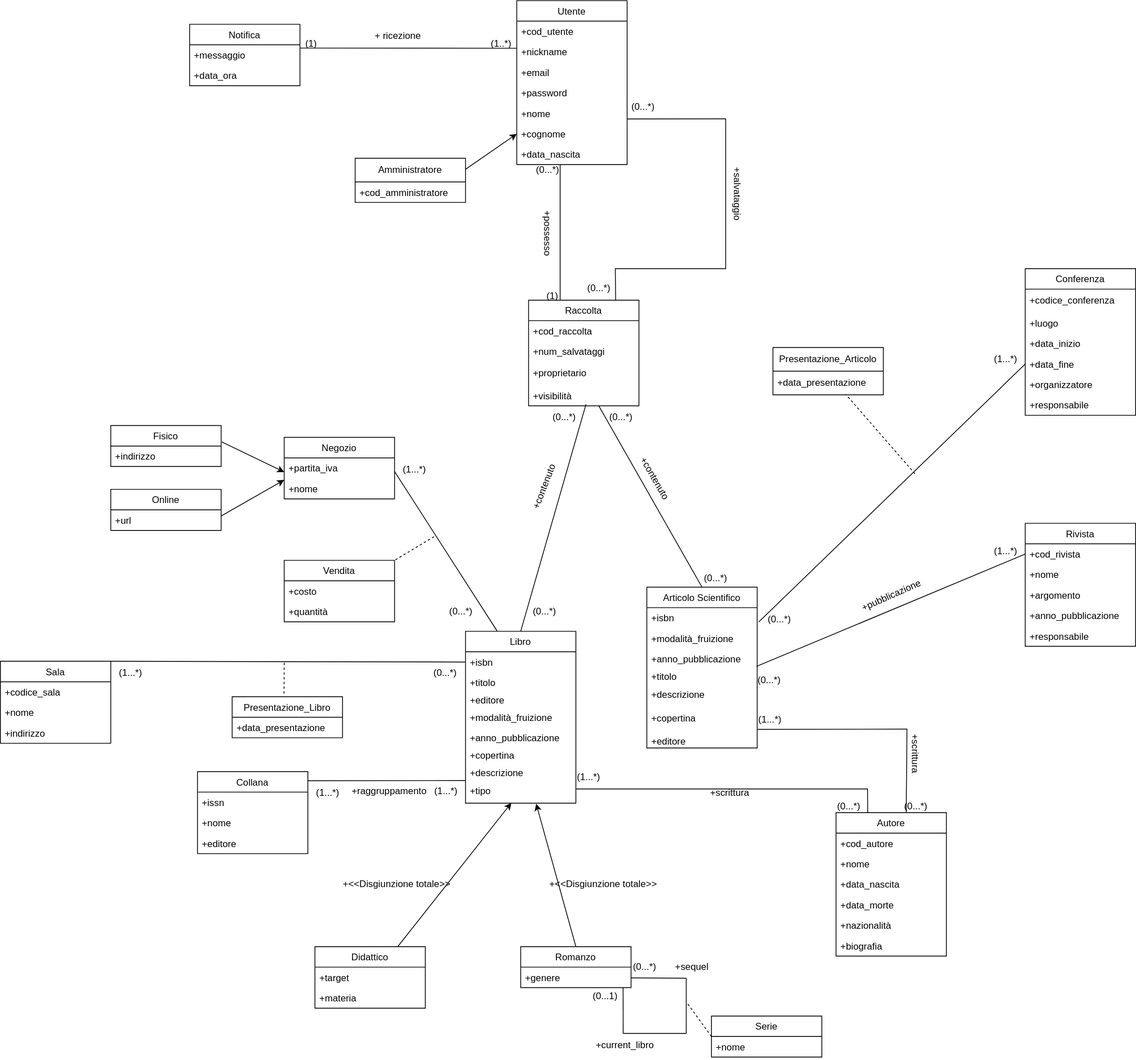
Before: progettazione_concettuale/Modello_Concettuale.drawio.svg, a diagram exported from draw.io (m3tt0/Progetto_OB_BASI). Source tidied: cells renumbered, new cells last; positions are measured from the earlier drawing's top-left corner, leaving out a move shared by most shapes.
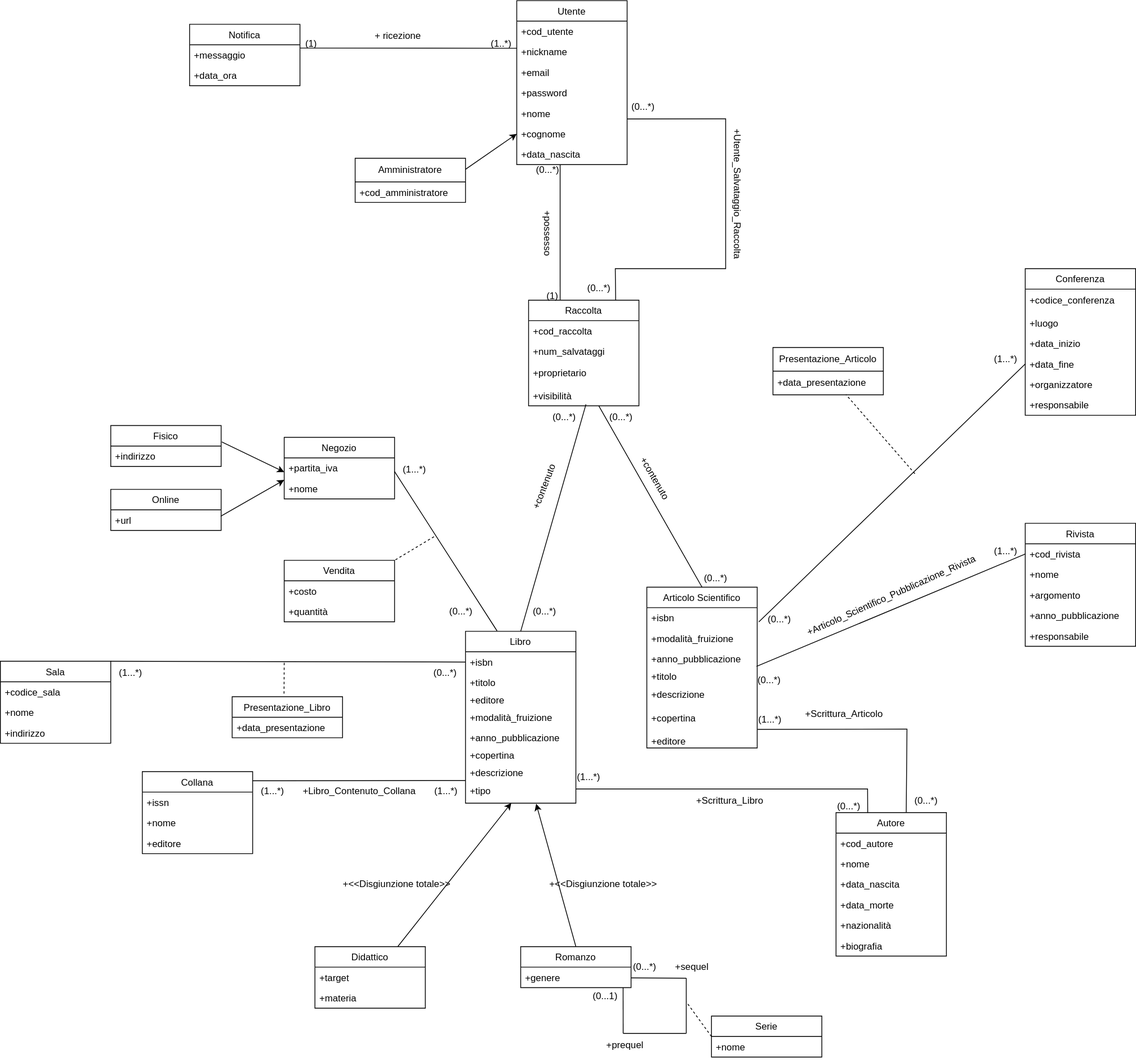
Later version of the same file.

What changed in the source:
```diff
@@ -139,8 +139,8 @@
     <mxCell id="44" value="(1...*)" style="text;html=1;align=center;verticalAlign=middle;strokeColor=none;fillColor=none;" parent="1" vertex="1">
       <mxGeometry x="1250" y="684" width="50" height="30" as="geometry" />
     </mxCell>
-    <mxCell id="45" value="+pubblicazione" style="text;html=1;align=center;verticalAlign=middle;strokeColor=none;fillColor=none;rotation=336;" parent="1" vertex="1">
-      <mxGeometry x="1080" y="740" width="100" height="30" as="geometry" />
+    <mxCell id="45" value="+Articolo_Scientifico_Pubblicazione_Rivista" style="text;html=1;align=center;verticalAlign=middle;strokeColor=none;fillColor=none;rotation=336;" parent="1" vertex="1">
+      <mxGeometry x="1000" y="740" width="260" height="30" as="geometry" />
     </mxCell>
     <mxCell id="46" value="(1...*)" style="text;html=1;align=center;verticalAlign=middle;points=[];strokeColor=none;fillColor=none;" parent="1" vertex="1">
       <mxGeometry x="721" y="970" width="50" height="30" as="geometry" />
@@ -152,13 +152,13 @@
       <mxGeometry x="1050" y="1007" width="52" height="30" as="geometry" />
     </mxCell>
     <mxCell id="49" value="(0...*)" style="text;html=1;align=center;verticalAlign=middle;strokeColor=none;fillColor=none;rotation=0;" parent="1" vertex="1">
-      <mxGeometry x="1135" y="1007" width="52" height="30" as="geometry" />
+      <mxGeometry x="1148" y="1000" width="52" height="30" as="geometry" />
     </mxCell>
-    <mxCell id="50" value="+scrittura" style="text;html=1;align=center;verticalAlign=middle;strokeColor=none;fillColor=none;" parent="1" vertex="1">
-      <mxGeometry x="890" y="990" width="70" height="30" as="geometry" />
+    <mxCell id="50" value="+Scrittura_Libro" style="text;html=1;align=center;verticalAlign=middle;strokeColor=none;fillColor=none;" parent="1" vertex="1">
+      <mxGeometry x="870" y="1000" width="110" height="30" as="geometry" />
     </mxCell>
-    <mxCell id="51" value="+scrittura" style="text;html=1;align=center;verticalAlign=middle;strokeColor=none;fillColor=none;rotation=90;" parent="1" vertex="1">
-      <mxGeometry x="1126" y="940" width="70" height="30" as="geometry" />
+    <mxCell id="51" value="&lt;div&gt;+Scrittura_Articolo&lt;/div&gt;" style="text;html=1;align=center;verticalAlign=middle;strokeColor=none;fillColor=none;rotation=0;" parent="1" vertex="1">
+      <mxGeometry x="1010" y="890" width="120" height="30" as="geometry" />
     </mxCell>
     <mxCell id="52" value="Online" style="swimlane;fontStyle=0;horizontal=1;startSize=26;fillColor=none;" parent="1" vertex="1">
       <mxGeometry x="140" y="620" width="140" height="52" as="geometry" />
@@ -219,7 +219,7 @@
       </mxGeometry>
     </mxCell>
     <mxCell id="70" value="Collana" style="swimlane;fontStyle=0;horizontal=1;startSize=26;fillColor=none;" parent="1" vertex="1">
-      <mxGeometry x="250" y="978" width="140" height="104" as="geometry" />
+      <mxGeometry x="180" y="978" width="140" height="104" as="geometry" />
     </mxCell>
     <mxCell id="71" value="+issn" style="text;strokeColor=none;fillColor=none;align=left;verticalAlign=top;spacingLeft=4;spacingRight=4;overflow=hidden;" parent="70" vertex="1">
       <mxGeometry y="26" width="140" height="26" as="geometry" />
@@ -231,13 +231,13 @@
       <mxGeometry y="78" width="140" height="26" as="geometry" />
     </mxCell>
     <mxCell id="74" value="(1...*)" style="text;html=1;align=center;verticalAlign=middle;strokeColor=none;fillColor=none;" parent="1" vertex="1">
-      <mxGeometry x="390" y="990" width="50" height="30" as="geometry" />
+      <mxGeometry x="320" y="988" width="50" height="30" as="geometry" />
     </mxCell>
     <mxCell id="75" value="(1...*)" style="text;html=1;align=center;verticalAlign=middle;strokeColor=none;fillColor=none;" parent="1" vertex="1">
       <mxGeometry x="540" y="988" width="50" height="30" as="geometry" />
     </mxCell>
-    <mxCell id="76" value="+raggruppamento" style="text;html=1;align=center;verticalAlign=middle;strokeColor=none;fillColor=none;rotation=0;" parent="1" vertex="1">
-      <mxGeometry x="433" y="988" width="120" height="30" as="geometry" />
+    <mxCell id="76" value="+Libro_Contenuto_Collana" style="text;html=1;align=center;verticalAlign=middle;strokeColor=none;fillColor=none;rotation=0;" parent="1" vertex="1">
+      <mxGeometry x="370" y="988" width="170" height="30" as="geometry" />
     </mxCell>
     <mxCell id="77" style="endArrow=none;html=1;rounded=0;entryX=0;entryY=0.5;entryDx=0;entryDy=0;exitX=1;exitY=0;exitDx=0;exitDy=0;" parent="1" edge="1" source="78" target="10">
       <mxGeometry relative="1" as="geometry" />
@@ -347,8 +347,8 @@
     <mxCell id="109" value="(0...*)" style="text;html=1;align=center;verticalAlign=middle;strokeColor=none;fillColor=none;" parent="1" vertex="1">
       <mxGeometry x="734" y="350" width="50" height="30" as="geometry" />
     </mxCell>
-    <mxCell id="110" value="+salvataggio" style="text;html=1;align=center;verticalAlign=middle;strokeColor=none;fillColor=none;rotation=90;" parent="1" vertex="1">
-      <mxGeometry x="890" y="230" width="90" height="30" as="geometry" />
+    <mxCell id="110" value="&lt;div&gt;+Utente_Salvataggio_Raccolta&lt;/div&gt;" style="text;html=1;align=center;verticalAlign=middle;strokeColor=none;fillColor=none;rotation=90;" parent="1" vertex="1">
+      <mxGeometry x="840" y="230" width="190" height="30" as="geometry" />
     </mxCell>
     <mxCell id="111" value="Amministratore" style="swimlane;fontStyle=0;horizontal=1;startSize=30;whiteSpace=wrap;html=1;fillColor=none;" parent="1" vertex="1">
       <mxGeometry x="450" y="200" width="140" height="56" as="geometry" />
@@ -477,8 +477,8 @@
         <mxPoint x="790" y="1310" as="targetPoint" />
       </mxGeometry>
     </mxCell>
-    <mxCell id="148" value="+current_libro" style="text;html=1;align=center;verticalAlign=middle;strokeColor=none;fillColor=none;" parent="1" vertex="1">
-      <mxGeometry x="742" y="1310" width="100" height="30" as="geometry" />
+    <mxCell id="148" value="+prequel" style="text;html=1;align=center;verticalAlign=middle;strokeColor=none;fillColor=none;" parent="1" vertex="1">
+      <mxGeometry x="757" y="1310" width="70" height="30" as="geometry" />
     </mxCell>
     <mxCell id="149" value="(0...*)" style="text;html=1;align=center;verticalAlign=middle;strokeColor=none;fillColor=none;" parent="1" vertex="1">
       <mxGeometry x="665" y="760" width="50" height="30" as="geometry" />
```
